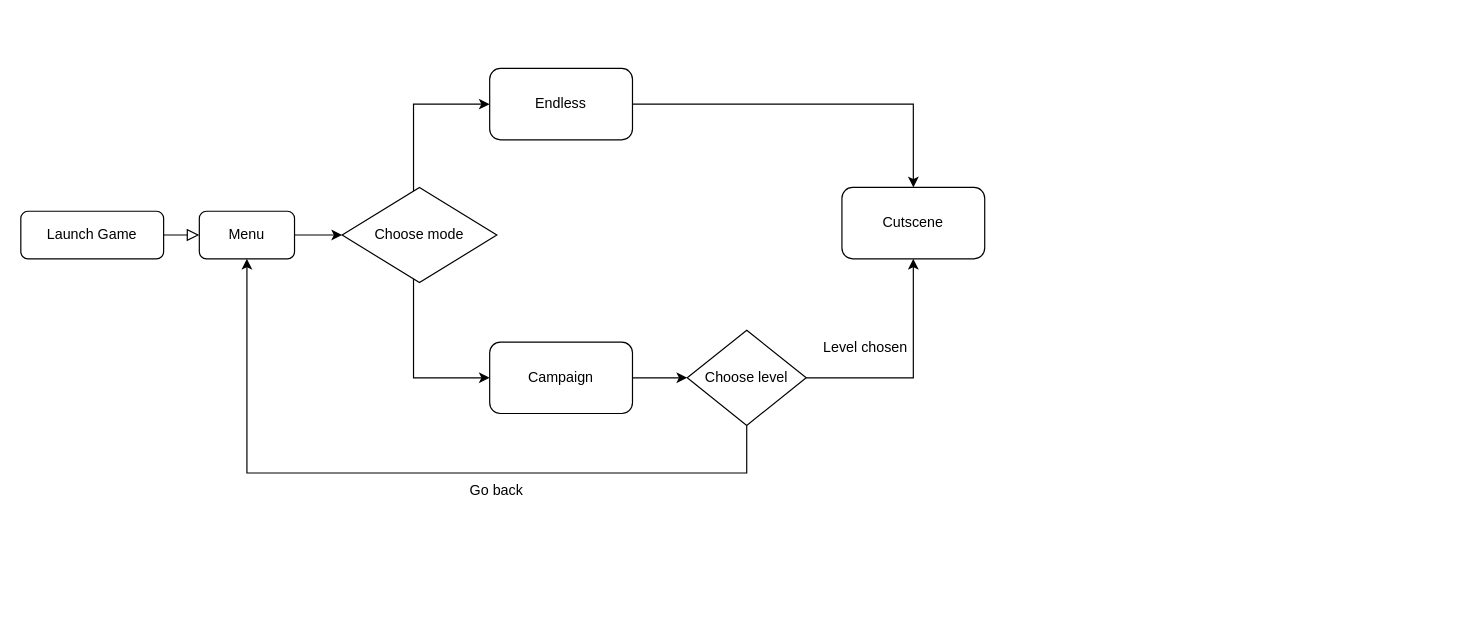
Adskan/flowcharts keeps this draw.io diagram as Flowchart.drawio. Above is the earlier version. Source tidied: cells renumbered, new cells numbered last; positions are measured from the earlier drawing's top-left corner, leaving out a move shared by most shapes. Both pictures are drawn from the tidied source at 119%, with x=0, y=0 at pixel (20, 68).
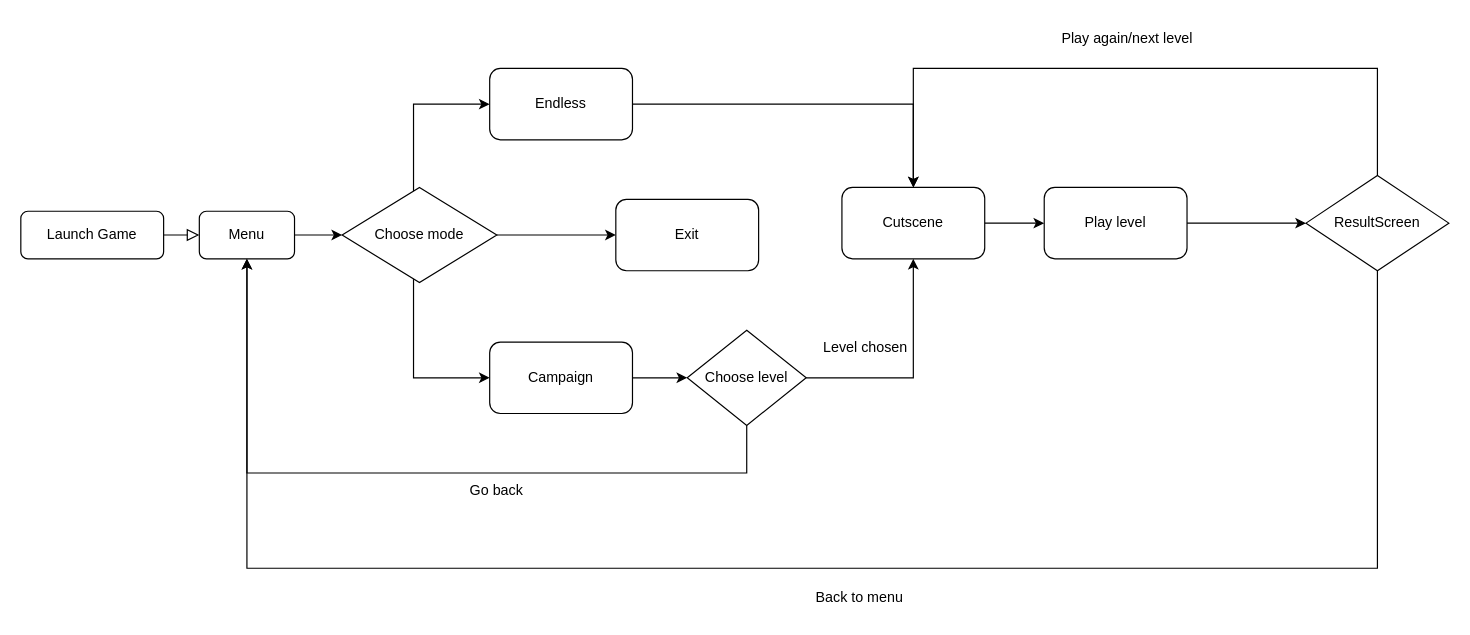
After the change.

Unchanged cells that the change refers to:
```xml
<mxCell id="5" value="Menu" style="rounded=1;whiteSpace=wrap;html=1;fontSize=12;glass=0;strokeWidth=1;shadow=0;" parent="1" vertex="1">
  <mxGeometry x="150" y="120" width="80" height="40" as="geometry" />
</mxCell>
<mxCell id="8" value="Choose mode" style="rhombus;whiteSpace=wrap;html=1;" parent="1" vertex="1">
  <mxGeometry x="270" y="100" width="130" height="80" as="geometry" />
</mxCell>
<mxCell id="18" value="Cutscene" style="rounded=1;whiteSpace=wrap;html=1;" parent="1" vertex="1">
  <mxGeometry x="690" y="100" width="120" height="60" as="geometry" />
</mxCell>
```

Diff of the diagram source:
```diff
@@
+    <mxCell id="19" style="edgeStyle=orthogonalEdgeStyle;rounded=0;jettySize=auto;html=1;" parent="1" edge="1" source="8" target="28">
+      <mxGeometry relative="1" as="geometry" />
+    </mxCell>
@@
+    <mxCell id="20" style="edgeStyle=orthogonalEdgeStyle;rounded=0;jettySize=auto;html=1;exitX=1;exitY=0.5;exitDx=0;exitDy=0;" parent="1" edge="1" source="18" target="22">
+      <mxGeometry relative="1" as="geometry" />
+    </mxCell>
@@
+    <mxCell id="21" style="edgeStyle=orthogonalEdgeStyle;rounded=0;jettySize=auto;html=1;" parent="1" edge="1" source="22" target="25">
+      <mxGeometry relative="1" as="geometry" />
+    </mxCell>
+    <mxCell id="22" value="Play level" style="rounded=1;whiteSpace=wrap;html=1;" parent="1" vertex="1">
+      <mxGeometry x="860" y="100" width="120" height="60" as="geometry" />
+    </mxCell>
+    <mxCell id="23" style="edgeStyle=orthogonalEdgeStyle;rounded=0;jettySize=auto;html=1;entryX=0.5;entryY=1;entryDx=0;entryDy=0;" parent="1" edge="1" source="25" target="5">
+      <mxGeometry relative="1" as="geometry">
+        <Array as="points">
+          <mxPoint x="1140" y="420" />
+          <mxPoint x="190" y="420" />
+        </Array>
+      </mxGeometry>
+    </mxCell>
+    <mxCell id="24" style="edgeStyle=orthogonalEdgeStyle;rounded=0;jettySize=auto;html=1;entryX=0.5;entryY=0;entryDx=0;entryDy=0;" parent="1" edge="1" source="25" target="18">
+      <mxGeometry relative="1" as="geometry">
+        <Array as="points">
+          <mxPoint x="1140" />
+          <mxPoint x="750" />
+        </Array>
+      </mxGeometry>
+    </mxCell>
+    <mxCell id="25" value="ResultScreen" style="rhombus;whiteSpace=wrap;html=1;" parent="1" vertex="1">
+      <mxGeometry x="1080" y="90" width="120" height="80" as="geometry" />
+    </mxCell>
+    <mxCell id="26" value="Back to menu" style="text;html=1;strokeColor=none;fillColor=none;align=center;verticalAlign=middle;whiteSpace=wrap;rounded=0;" parent="1" vertex="1">
+      <mxGeometry x="630" y="430" width="150" height="30" as="geometry" />
+    </mxCell>
+    <mxCell id="27" value="Play again/next level" style="text;html=1;strokeColor=none;fillColor=none;align=center;verticalAlign=middle;whiteSpace=wrap;rounded=0;" parent="1" vertex="1">
+      <mxGeometry x="850" y="-40" width="160" height="30" as="geometry" />
+    </mxCell>
+    <mxCell id="28" value="Exit" style="rounded=1;whiteSpace=wrap;html=1;" parent="1" vertex="1">
+      <mxGeometry x="500" y="110" width="120" height="60" as="geometry" />
+    </mxCell>
```
